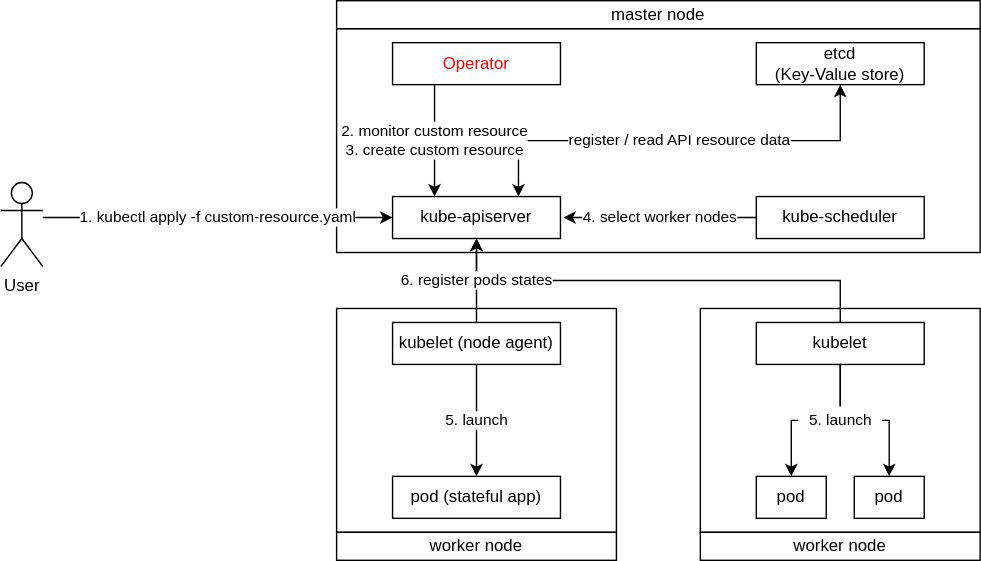
Above: Kubernetes/images/operator.drawio.svg in k-makino-jp/sandbox (draw.io), before the change. Source tidied: cells renumbered, new cells last; positions are measured from the earlier drawing's top-left corner, leaving out a move shared by most shapes.
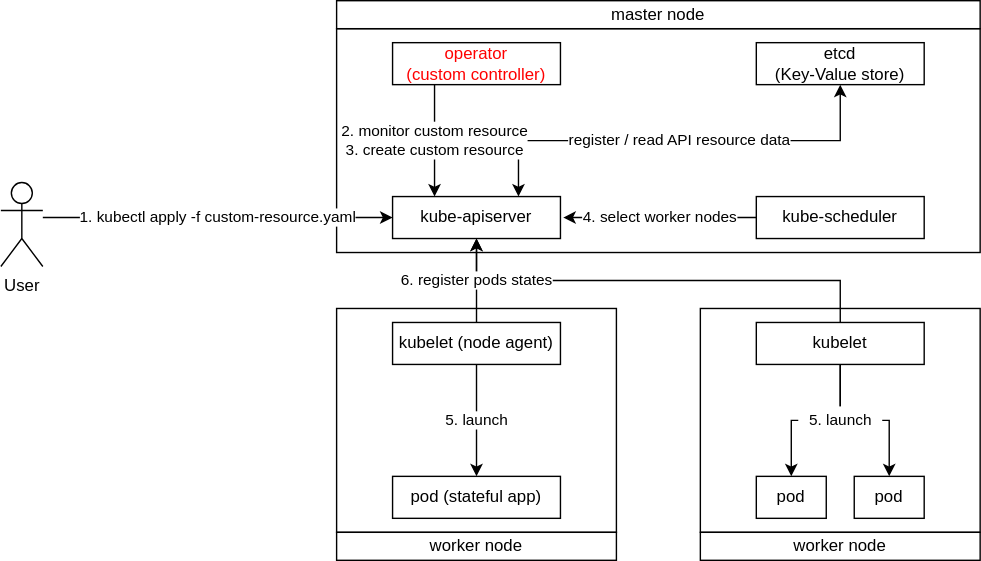
After the change.

The edit, as a diff of the source:
```diff
@@ -22,7 +22,7 @@
     <mxCell id="7" value="2. monitor custom resource&lt;br&gt;3. create custom resource" style="edgeStyle=orthogonalEdgeStyle;rounded=0;jettySize=auto;html=1;entryX=0.25;entryY=0;entryDx=0;entryDy=0;exitX=0.25;exitY=1;exitDx=0;exitDy=0;" parent="1" edge="1" source="8" target="6">
       <mxGeometry relative="1" as="geometry" />
     </mxCell>
-    <mxCell id="8" value="Operator" style="rounded=0;whiteSpace=wrap;html=1;fontColor=#FF0000;" parent="1" vertex="1">
+    <mxCell id="8" value="operator&lt;br&gt;(custom controller)" style="rounded=0;whiteSpace=wrap;html=1;fontColor=#FF0000;" parent="1" vertex="1">
       <mxGeometry x="280" y="30" width="120" height="30" as="geometry" />
     </mxCell>
     <mxCell id="9" value="kube-scheduler" style="rounded=0;whiteSpace=wrap;html=1;" parent="1" vertex="1">
```
